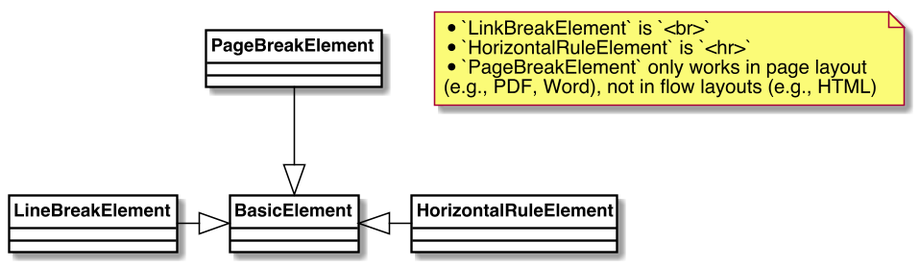
Above: images/EmptyElements.png in metanorma/basicdoc-models (PlantUML), before the change.
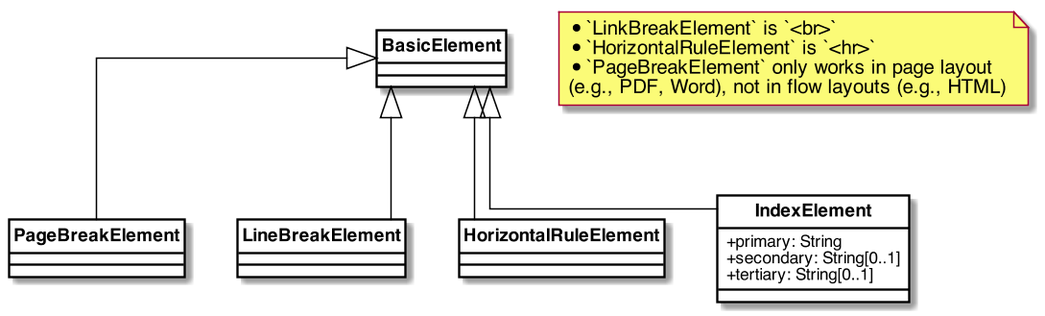
After the change.

What changed in the source:
```diff
@@ -55,11 +55,18 @@
 
 }
 
+class IndexElement {
+    +primary: String
+    +secondary: String[0..1]
+    +tertiary: String[0..1]
+}
+
 note "* `LinkBreakElement` is `<br>`\n* `HorizontalRuleElement` is `<hr>`\n* `PageBreakElement` only works in page layout\n(e.g., PDF, Word), not in flow layouts (e.g., HTML)" as N1
 
 
-BasicElement <|-up- PageBreakElement
-BasicElement <|-left- LineBreakElement
-BasicElement <|-right- HorizontalRuleElement
+BasicElement <|-down- PageBreakElement
+BasicElement <|-down- LineBreakElement
+BasicElement <|-down- HorizontalRuleElement
+BasicElement <|-down- IndexElement
 
 @enduml
```
